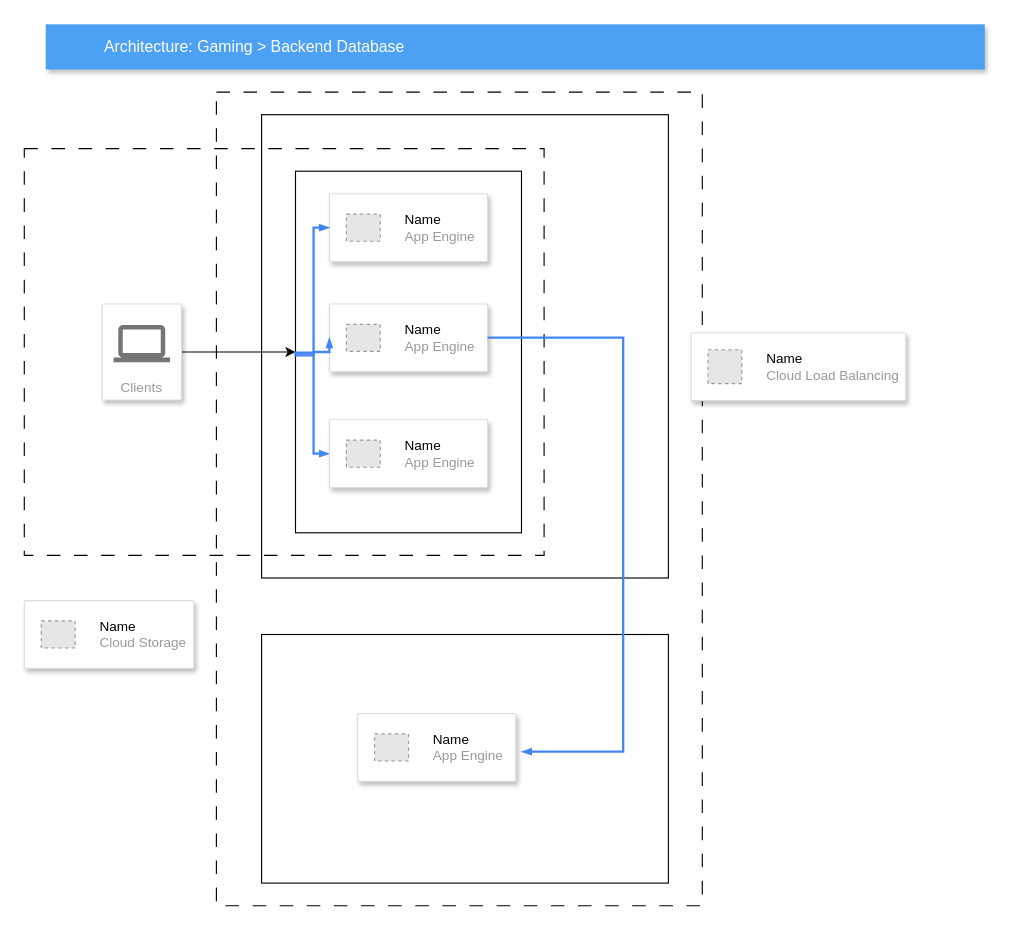
YNUFes-tech/testing keeps this draw.io diagram as Untitled Diagram.drawio. Above is the earlier version. Source tidied: cells renumbered, new cells numbered last; positions are measured from the earlier drawing's top-left corner, leaving out a move shared by most shapes. Both pictures are drawn from the tidied source at 113%, with x=0, y=0 at pixel (24, 24). Pictures stored in the file or linked from it are replaced by grey dashed boxes.
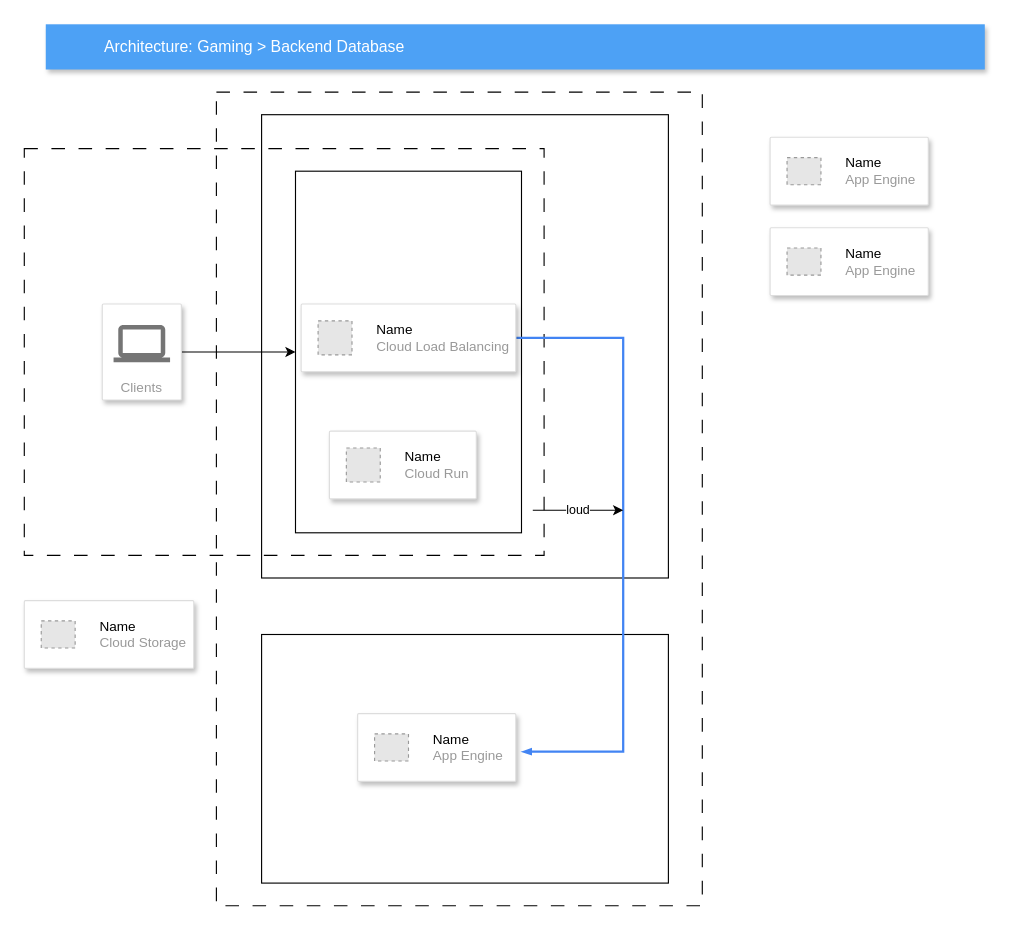
The same page after the edit.

Unchanged cells that the change refers to:
```xml
<mxCell id="22" style="strokeColor=#dddddd;shadow=1;strokeWidth=1;rounded=1;absoluteArcSize=1;arcSize=2;" parent="1" vertex="1">
  <mxGeometry x="295" y="610" width="140" height="60" as="geometry" />
</mxCell>
```

Diff of the diagram source:
```diff
@@
     <mxCell id="12" style="strokeColor=#dddddd;shadow=1;strokeWidth=1;rounded=1;absoluteArcSize=1;arcSize=2;" parent="1" vertex="1">
-      <mxGeometry x="270" y="150" width="140" height="60" as="geometry" />
+      <mxGeometry x="660" y="100" width="140" height="60" as="geometry" />
     </mxCell>
@@
     <mxCell id="14" style="strokeColor=#dddddd;shadow=1;strokeWidth=1;rounded=1;absoluteArcSize=1;arcSize=2;" parent="1" vertex="1">
-      <mxGeometry x="270" y="247.5" width="140" height="60" as="geometry" />
+      <mxGeometry x="660" y="180" width="140" height="60" as="geometry" />
     </mxCell>
@@
-    <mxCell id="16" style="edgeStyle=orthogonalEdgeStyle;fontSize=12;html=1;endArrow=blockThin;endFill=1;rounded=0;strokeWidth=2;endSize=4;startSize=4;dashed=0;strokeColor=#4284F3;entryX=0;entryY=0.5;entryDx=0;entryDy=0;" parent="14" edge="1" target="17">
-      <mxGeometry relative="1" as="geometry">
-        <mxPoint x="-30" y="42" as="sourcePoint" />
-        <Array as="points">
-          <mxPoint x="-30" y="43" />
-          <mxPoint x="-14" y="43" />
-          <mxPoint x="-14" y="133" />
-        </Array>
-      </mxGeometry>
-    </mxCell>
-    <mxCell id="17" style="strokeColor=#dddddd;shadow=1;strokeWidth=1;rounded=1;absoluteArcSize=1;arcSize=2;" parent="1" vertex="1">
-      <mxGeometry x="270" y="350" width="140" height="60" as="geometry" />
-    </mxCell>
-    <mxCell id="18" value="&lt;font color=&quot;#000000&quot;&gt;Name&lt;/font&gt;&lt;br&gt;App Engine" style="fillColor=#E6E6E6;strokeColor=#999999;dashed=1;html=1;fontColor=#999999;verticalLabelPosition=middle;labelBackgroundColor=#ffffff;verticalAlign=middle;labelPosition=right;align=left;spacingLeft=20;" parent="17" vertex="1">
-      <mxGeometry width="30" height="24" relative="1" as="geometry">
-        <mxPoint x="15" y="18" as="offset" />
-      </mxGeometry>
-    </mxCell>
-    <mxCell id="19" style="edgeStyle=orthogonalEdgeStyle;fontSize=12;html=1;endArrow=blockThin;endFill=1;rounded=0;strokeWidth=2;endSize=4;startSize=4;dashed=0;strokeColor=#4284F3;entryX=0;entryY=0.5;entryDx=0;entryDy=0;" parent="1" edge="1" target="14">
-      <mxGeometry relative="1" as="geometry">
-        <mxPoint x="240" y="290" as="sourcePoint" />
-        <Array as="points">
-          <mxPoint x="240" y="291" />
-          <mxPoint x="256" y="291" />
-          <mxPoint x="256" y="290" />
-          <mxPoint x="270" y="290" />
-        </Array>
-      </mxGeometry>
-    </mxCell>
-    <mxCell id="20" style="edgeStyle=orthogonalEdgeStyle;fontSize=12;html=1;endArrow=blockThin;endFill=1;rounded=0;strokeWidth=2;endSize=4;startSize=4;dashed=0;strokeColor=#4284F3;" parent="1" edge="1">
-      <mxGeometry relative="1" as="geometry">
-        <mxPoint x="240" y="292" as="sourcePoint" />
-        <mxPoint x="270" y="180" as="targetPoint" />
-        <Array as="points">
-          <mxPoint x="240" y="293" />
-          <mxPoint x="256" y="293" />
-          <mxPoint x="256" y="180" />
-          <mxPoint x="270" y="180" />
-        </Array>
-      </mxGeometry>
-    </mxCell>
@@
-    <mxCell id="24" style="edgeStyle=orthogonalEdgeStyle;fontSize=12;html=1;endArrow=blockThin;endFill=1;rounded=0;strokeWidth=2;endSize=4;startSize=4;dashed=0;strokeColor=#4284F3;entryX=1.036;entryY=0.562;entryDx=0;entryDy=0;entryPerimeter=0;" parent="1" edge="1" target="22">
+    <mxCell id="24" style="edgeStyle=orthogonalEdgeStyle;fontSize=12;html=1;endArrow=blockThin;endFill=1;rounded=0;strokeWidth=2;endSize=4;startSize=4;dashed=0;strokeColor=#4284F3;entryX=1.036;entryY=0.562;entryDx=0;entryDy=0;entryPerimeter=0;exitX=1;exitY=0.5;exitDx=0;exitDy=0;" parent="1" edge="1" source="25" target="22">
       <mxGeometry relative="1" as="geometry">
-        <mxPoint x="410" y="277.2" as="sourcePoint" />
         <Array as="points">
           <mxPoint x="530" y="277" />
           <mxPoint x="530" y="644" />
         </Array>
       </mxGeometry>
     </mxCell>
     <mxCell id="25" style="strokeColor=#dddddd;shadow=1;strokeWidth=1;rounded=1;absoluteArcSize=1;arcSize=2;" parent="1" vertex="1">
-      <mxGeometry x="590" y="273" width="190" height="60" as="geometry" />
+      <mxGeometry x="245" y="247.5" width="190" height="60" as="geometry" />
     </mxCell>
@@
+    <mxCell id="27" value="loud" style="edgeStyle=none;orthogonalLoop=1;jettySize=auto;html=1;rounded=0;" parent="1" edge="1">
+      <mxGeometry relative="1" as="geometry">
+        <mxPoint x="450" y="430" as="sourcePoint" />
+        <mxPoint x="530" y="430" as="targetPoint" />
+      </mxGeometry>
+    </mxCell>
+    <mxCell id="28" style="strokeColor=#dddddd;shadow=1;strokeWidth=1;rounded=1;absoluteArcSize=1;arcSize=2;" parent="1" vertex="1">
+      <mxGeometry x="270" y="360" width="130" height="60" as="geometry" />
+    </mxCell>
+    <mxCell id="29" value="&lt;font color=&quot;#000000&quot;&gt;Name&lt;/font&gt;&lt;br&gt;Cloud Run" style="fillColor=#E6E6E6;strokeColor=#999999;dashed=1;html=1;fontColor=#999999;verticalLabelPosition=middle;labelBackgroundColor=#ffffff;verticalAlign=middle;labelPosition=right;align=left;spacingLeft=20;" parent="28" vertex="1">
+      <mxGeometry width="30" height="30" relative="1" as="geometry">
+        <mxPoint x="15" y="15" as="offset" />
+      </mxGeometry>
+    </mxCell>
```
